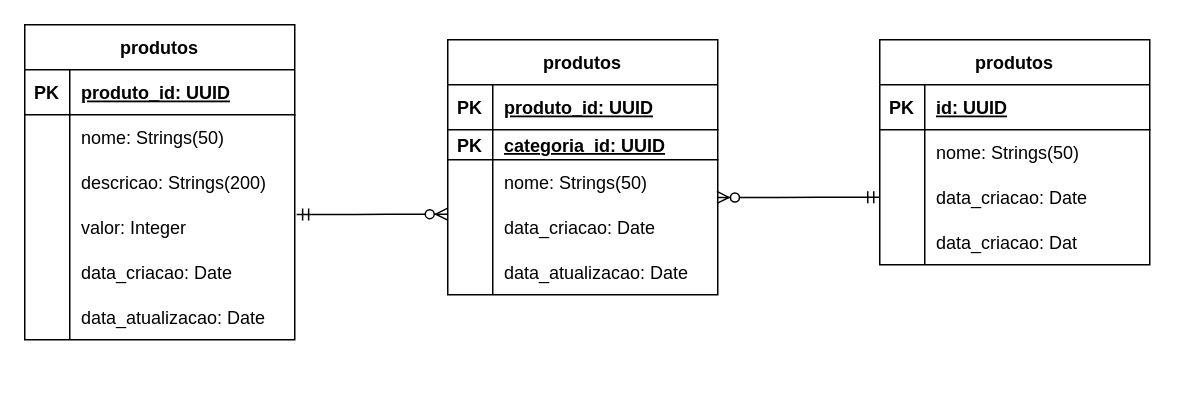
Earlier version of the draw.io diagram page "Modelo Lógico" (2 of 2) of requirements/ecommerce-database.drawio (raissiafreitas/ecommerce-node-api). Source tidied: cells renumbered, new cells numbered last; positions are measured from the earlier drawing's top-left corner, leaving out a move shared by most shapes. Both pictures are drawn from the tidied source at 150%, with x=0, y=0 at pixel (24, 24).
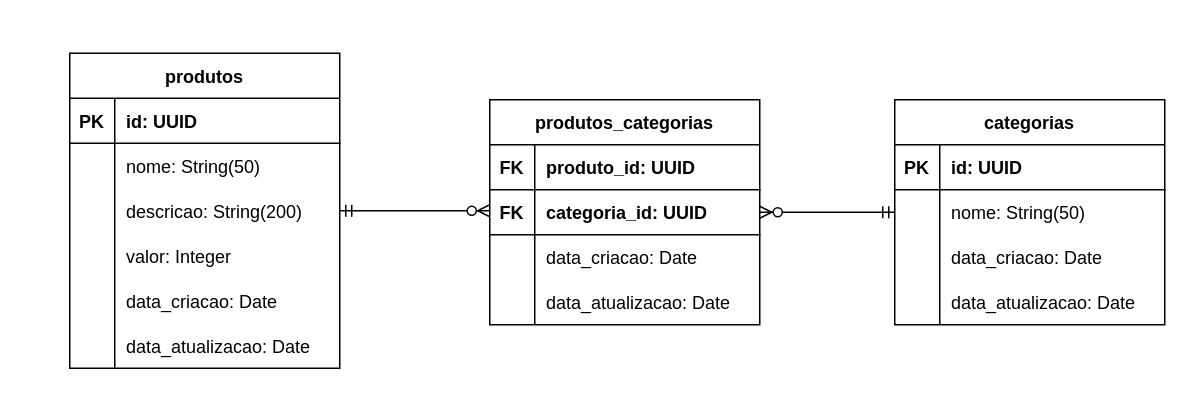
The same page after the edit.

Change to the diagram source:
```diff
@@
-    <mxCell id="2" value="produtos" style="shape=table;startSize=30;childLayout=tableLayout;rowLines=0;fontStyle=1;align=center;" parent="1" vertex="1">
-      <mxGeometry width="180" height="210" as="geometry" />
-    </mxCell>
-    <mxCell id="3" style="shape=tableRow;horizontal=0;startSize=0;swimlaneHead=0;swimlaneBody=0;fillColor=none;top=0;left=0;right=0;bottom=1;" parent="2" vertex="1">
-      <mxGeometry y="30" width="180" height="30" as="geometry" />
-    </mxCell>
-    <mxCell id="4" value="PK" style="shape=partialRectangle;fillColor=none;top=0;left=0;bottom=0;right=0;fontStyle=1;overflow=hidden;" parent="3" vertex="1">
-      <mxGeometry width="30" height="30" as="geometry" />
-    </mxCell>
-    <mxCell id="5" value="produto_id: UUID" style="shape=partialRectangle;fillColor=none;top=0;left=0;bottom=0;right=0;align=left;spacingLeft=6;fontStyle=5;overflow=hidden;" parent="3" vertex="1">
-      <mxGeometry x="30" width="150" height="30" as="geometry" />
-    </mxCell>
-    <mxCell id="6" style="shape=tableRow;horizontal=0;startSize=0;swimlaneHead=0;swimlaneBody=0;fillColor=none;top=0;left=0;right=0;bottom=0;" parent="2" vertex="1">
-      <mxGeometry y="60" width="180" height="30" as="geometry" />
-    </mxCell>
-    <mxCell id="7" style="shape=partialRectangle;fillColor=none;top=0;left=0;bottom=0;right=0;overflow=hidden;" parent="6" vertex="1">
-      <mxGeometry width="30" height="30" as="geometry" />
-    </mxCell>
-    <mxCell id="8" value="nome: Strings(50)" style="shape=partialRectangle;fillColor=none;top=0;left=0;bottom=0;right=0;align=left;spacingLeft=6;overflow=hidden;" parent="6" vertex="1">
-      <mxGeometry x="30" width="150" height="30" as="geometry" />
-    </mxCell>
-    <mxCell id="9" style="shape=tableRow;horizontal=0;startSize=0;swimlaneHead=0;swimlaneBody=0;fillColor=none;top=0;left=0;right=0;bottom=0;" parent="2" vertex="1">
-      <mxGeometry y="90" width="180" height="30" as="geometry" />
-    </mxCell>
-    <mxCell id="10" style="shape=partialRectangle;fillColor=none;top=0;left=0;bottom=0;right=0;overflow=hidden;" parent="9" vertex="1">
-      <mxGeometry width="30" height="30" as="geometry" />
-    </mxCell>
-    <mxCell id="11" value="descricao: Strings(200)" style="shape=partialRectangle;fillColor=none;top=0;left=0;bottom=0;right=0;align=left;spacingLeft=6;overflow=hidden;" parent="9" vertex="1">
-      <mxGeometry x="30" width="150" height="30" as="geometry" />
-    </mxCell>
-    <mxCell id="12" style="shape=tableRow;horizontal=0;startSize=0;swimlaneHead=0;swimlaneBody=0;fillColor=none;points=[[0,0.5],[1,0.5]];portConstraint=eastwest;top=0;left=0;right=0;bottom=0;" parent="2" vertex="1">
-      <mxGeometry y="120" width="180" height="30" as="geometry" />
-    </mxCell>
-    <mxCell id="13" style="shape=partialRectangle;fillColor=none;top=0;left=0;bottom=0;right=0;overflow=hidden;" parent="12" vertex="1">
-      <mxGeometry width="30" height="30" as="geometry" />
-    </mxCell>
+    <mxCell id="52" value="produtos" style="shape=table;startSize=30;childLayout=tableLayout;rowLines=0;fontStyle=1;align=center;" parent="1" vertex="1">
+      <mxGeometry x="30" y="19" width="180" height="210" as="geometry" />
+    </mxCell>
+    <mxCell id="53" style="shape=tableRow;horizontal=0;startSize=0;swimlaneHead=0;swimlaneBody=0;fillColor=none;top=0;left=0;right=0;bottom=1;" parent="52" vertex="1">
+      <mxGeometry y="30" width="180" height="30" as="geometry" />
+    </mxCell>
+    <mxCell id="54" value="PK" style="shape=partialRectangle;fillColor=none;top=0;left=0;bottom=0;right=0;fontStyle=1;overflow=hidden;" parent="53" vertex="1">
+      <mxGeometry width="30" height="30" as="geometry" />
+    </mxCell>
+    <mxCell id="55" value="id: UUID" style="shape=partialRectangle;fillColor=none;top=0;left=0;bottom=0;right=0;align=left;spacingLeft=6;fontStyle=1;overflow=hidden;" parent="53" vertex="1">
+      <mxGeometry x="30" width="150" height="30" as="geometry" />
+    </mxCell>
+    <mxCell id="56" style="shape=tableRow;horizontal=0;startSize=0;swimlaneHead=0;swimlaneBody=0;fillColor=none;top=0;left=0;right=0;bottom=0;" parent="52" vertex="1">
+      <mxGeometry y="60" width="180" height="30" as="geometry" />
+    </mxCell>
+    <mxCell id="57" style="shape=partialRectangle;fillColor=none;top=0;left=0;bottom=0;right=0;overflow=hidden;" parent="56" vertex="1">
+      <mxGeometry width="30" height="30" as="geometry" />
+    </mxCell>
+    <mxCell id="58" value="nome: String(50)" style="shape=partialRectangle;fillColor=none;top=0;left=0;bottom=0;right=0;align=left;spacingLeft=6;overflow=hidden;" parent="56" vertex="1">
+      <mxGeometry x="30" width="150" height="30" as="geometry" />
+    </mxCell>
+    <mxCell id="59" style="shape=tableRow;horizontal=0;startSize=0;swimlaneHead=0;swimlaneBody=0;fillColor=none;points=[[0,0.5],[1,0.5]];portConstraint=eastwest;top=0;left=0;right=0;bottom=0;" parent="52" vertex="1">
+      <mxGeometry y="90" width="180" height="30" as="geometry" />
+    </mxCell>
+    <mxCell id="60" style="shape=partialRectangle;fillColor=none;top=0;left=0;bottom=0;right=0;overflow=hidden;" parent="59" vertex="1">
+      <mxGeometry width="30" height="30" as="geometry" />
+    </mxCell>
+    <mxCell id="61" value="descricao: String(200)" style="shape=partialRectangle;fillColor=none;top=0;left=0;bottom=0;right=0;align=left;spacingLeft=6;overflow=hidden;" parent="59" vertex="1">
+      <mxGeometry x="30" width="150" height="30" as="geometry" />
+    </mxCell>
+    <mxCell id="62" style="shape=tableRow;horizontal=0;startSize=0;swimlaneHead=0;swimlaneBody=0;fillColor=none;top=0;left=0;right=0;bottom=0;" parent="52" vertex="1">
+      <mxGeometry y="120" width="180" height="30" as="geometry" />
+    </mxCell>
+    <mxCell id="63" style="shape=partialRectangle;fillColor=none;top=0;left=0;bottom=0;right=0;overflow=hidden;" parent="62" vertex="1">
+      <mxGeometry width="30" height="30" as="geometry" />
+    </mxCell>
-    <mxCell id="14" value="valor: Integer" style="shape=partialRectangle;fillColor=none;top=0;left=0;bottom=0;right=0;align=left;spacingLeft=6;overflow=hidden;" parent="12" vertex="1">
+    <mxCell id="14" value="valor: Integer" style="shape=partialRectangle;fillColor=none;top=0;left=0;bottom=0;right=0;align=left;spacingLeft=6;overflow=hidden;" parent="62" vertex="1">
       <mxGeometry x="30" width="150" height="30" as="geometry" />
     </mxCell>
-    <mxCell id="15" style="shape=tableRow;horizontal=0;startSize=0;swimlaneHead=0;swimlaneBody=0;fillColor=none;top=0;left=0;right=0;bottom=0;" parent="2" vertex="1">
+    <mxCell id="15" style="shape=tableRow;horizontal=0;startSize=0;swimlaneHead=0;swimlaneBody=0;fillColor=none;top=0;left=0;right=0;bottom=0;" parent="52" vertex="1">
       <mxGeometry y="150" width="180" height="30" as="geometry" />
     </mxCell>
-    <mxCell id="16" style="shape=partialRectangle;fillColor=none;top=0;left=0;bottom=0;right=0;overflow=hidden;" parent="15" vertex="1">
-      <mxGeometry width="30" height="30" as="geometry" />
-    </mxCell>
-    <mxCell id="17" value="data_criacao: Date" style="shape=partialRectangle;fillColor=none;top=0;left=0;bottom=0;right=0;align=left;spacingLeft=6;overflow=hidden;" parent="15" vertex="1">
-      <mxGeometry x="30" width="150" height="30" as="geometry" />
-    </mxCell>
+    <mxCell id="64" style="shape=partialRectangle;fillColor=none;top=0;left=0;bottom=0;right=0;overflow=hidden;" parent="15" vertex="1">
+      <mxGeometry width="30" height="30" as="geometry" />
+    </mxCell>
+    <mxCell id="65" value="data_criacao: Date" style="shape=partialRectangle;fillColor=none;top=0;left=0;bottom=0;right=0;align=left;spacingLeft=6;overflow=hidden;" parent="15" vertex="1">
+      <mxGeometry x="30" width="150" height="30" as="geometry" />
+    </mxCell>
-    <mxCell id="18" style="shape=tableRow;horizontal=0;startSize=0;swimlaneHead=0;swimlaneBody=0;fillColor=none;top=0;left=0;right=0;bottom=0;" parent="2" vertex="1">
+    <mxCell id="18" style="shape=tableRow;horizontal=0;startSize=0;swimlaneHead=0;swimlaneBody=0;fillColor=none;top=0;left=0;right=0;bottom=0;" parent="52" vertex="1">
       <mxGeometry y="180" width="180" height="30" as="geometry" />
     </mxCell>
-    <mxCell id="19" style="shape=partialRectangle;fillColor=none;top=0;left=0;bottom=0;right=0;overflow=hidden;" parent="18" vertex="1">
-      <mxGeometry width="30" height="30" as="geometry" />
-    </mxCell>
-    <mxCell id="20" value="data_atualizacao: Date" style="shape=partialRectangle;fillColor=none;top=0;left=0;bottom=0;right=0;align=left;spacingLeft=6;overflow=hidden;" parent="18" vertex="1">
-      <mxGeometry x="30" width="150" height="30" as="geometry" />
-    </mxCell>
-    <mxCell id="21" value="produtos" style="shape=table;startSize=30;childLayout=tableLayout;rowLines=0;fontStyle=1;align=center;" parent="1" vertex="1">
-      <mxGeometry x="570" y="10" width="180" height="150" as="geometry" />
-    </mxCell>
-    <mxCell id="22" style="shape=tableRow;horizontal=0;startSize=0;swimlaneHead=0;swimlaneBody=0;fillColor=none;top=0;left=0;right=0;bottom=1;" parent="21" vertex="1">
-      <mxGeometry y="30" width="180" height="30" as="geometry" />
-    </mxCell>
-    <mxCell id="23" value="PK" style="shape=partialRectangle;fillColor=none;top=0;left=0;bottom=0;right=0;fontStyle=1;overflow=hidden;" parent="22" vertex="1">
-      <mxGeometry width="30" height="30" as="geometry" />
-    </mxCell>
-    <mxCell id="24" value="id: UUID" style="shape=partialRectangle;fillColor=none;top=0;left=0;bottom=0;right=0;align=left;spacingLeft=6;fontStyle=5;overflow=hidden;" parent="22" vertex="1">
-      <mxGeometry x="30" width="150" height="30" as="geometry" />
-    </mxCell>
-    <mxCell id="25" style="shape=tableRow;horizontal=0;startSize=0;swimlaneHead=0;swimlaneBody=0;fillColor=none;top=0;left=0;right=0;bottom=0;" parent="21" vertex="1">
-      <mxGeometry y="60" width="180" height="30" as="geometry" />
-    </mxCell>
-    <mxCell id="26" style="shape=partialRectangle;fillColor=none;top=0;left=0;bottom=0;right=0;overflow=hidden;" parent="25" vertex="1">
-      <mxGeometry width="30" height="30" as="geometry" />
-    </mxCell>
-    <mxCell id="27" value="nome: Strings(50)" style="shape=partialRectangle;fillColor=none;top=0;left=0;bottom=0;right=0;align=left;spacingLeft=6;overflow=hidden;" parent="25" vertex="1">
-      <mxGeometry x="30" width="150" height="30" as="geometry" />
-    </mxCell>
-    <mxCell id="28" style="shape=tableRow;horizontal=0;startSize=0;swimlaneHead=0;swimlaneBody=0;fillColor=none;points=[[0,0.5],[1,0.5]];portConstraint=eastwest;top=0;left=0;right=0;bottom=0;" parent="21" vertex="1">
-      <mxGeometry y="90" width="180" height="30" as="geometry" />
-    </mxCell>
-    <mxCell id="29" style="shape=partialRectangle;fillColor=none;top=0;left=0;bottom=0;right=0;overflow=hidden;" parent="28" vertex="1">
-      <mxGeometry width="30" height="30" as="geometry" />
-    </mxCell>
-    <mxCell id="30" value="data_criacao: Date" style="shape=partialRectangle;fillColor=none;top=0;left=0;bottom=0;right=0;align=left;spacingLeft=6;overflow=hidden;" parent="28" vertex="1">
-      <mxGeometry x="30" width="150" height="30" as="geometry" />
-    </mxCell>
-    <mxCell id="31" style="shape=tableRow;horizontal=0;startSize=0;swimlaneHead=0;swimlaneBody=0;fillColor=none;top=0;left=0;right=0;bottom=0;" parent="21" vertex="1">
-      <mxGeometry y="120" width="180" height="30" as="geometry" />
-    </mxCell>
-    <mxCell id="32" style="shape=partialRectangle;fillColor=none;top=0;left=0;bottom=0;right=0;overflow=hidden;" parent="31" vertex="1">
-      <mxGeometry width="30" height="30" as="geometry" />
-    </mxCell>
-    <mxCell id="33" value="data_criacao: Dat" style="shape=partialRectangle;fillColor=none;top=0;left=0;bottom=0;right=0;align=left;spacingLeft=6;overflow=hidden;" parent="31" vertex="1">
-      <mxGeometry x="30" width="150" height="30" as="geometry" />
-    </mxCell>
-    <mxCell id="34" value="produtos" style="shape=table;startSize=30;childLayout=tableLayout;rowLines=0;fontStyle=1;align=center;" parent="1" vertex="1">
-      <mxGeometry x="282" y="10" width="180" height="170" as="geometry" />
-    </mxCell>
-    <mxCell id="35" style="shape=tableRow;horizontal=0;startSize=0;swimlaneHead=0;swimlaneBody=0;fillColor=none;top=0;left=0;right=0;bottom=1;" parent="34" vertex="1">
-      <mxGeometry y="30" width="180" height="30" as="geometry" />
-    </mxCell>
-    <mxCell id="36" value="PK" style="shape=partialRectangle;fillColor=none;top=0;left=0;bottom=0;right=0;fontStyle=1;overflow=hidden;" parent="35" vertex="1">
-      <mxGeometry width="30" height="30" as="geometry" />
-    </mxCell>
-    <mxCell id="37" value="produto_id: UUID" style="shape=partialRectangle;fillColor=none;top=0;left=0;bottom=0;right=0;align=left;spacingLeft=6;fontStyle=5;overflow=hidden;" parent="35" vertex="1">
-      <mxGeometry x="30" width="150" height="30" as="geometry" />
-    </mxCell>
-    <mxCell id="38" style="shape=tableRow;horizontal=0;startSize=0;swimlaneHead=0;swimlaneBody=0;fillColor=none;top=0;left=0;right=0;bottom=1;" parent="34" vertex="1">
-      <mxGeometry y="60" width="180" height="20" as="geometry" />
-    </mxCell>
-    <mxCell id="39" value="PK" style="shape=partialRectangle;fillColor=none;top=0;left=0;bottom=0;right=0;fontStyle=1;overflow=hidden;" parent="38" vertex="1">
-      <mxGeometry width="30" height="20" as="geometry" />
-    </mxCell>
+    <mxCell id="66" style="shape=partialRectangle;fillColor=none;top=0;left=0;bottom=0;right=0;overflow=hidden;" parent="18" vertex="1">
+      <mxGeometry width="30" height="30" as="geometry" />
+    </mxCell>
+    <mxCell id="67" value="data_atualizacao: Date" style="shape=partialRectangle;fillColor=none;top=0;left=0;bottom=0;right=0;align=left;spacingLeft=6;overflow=hidden;" parent="18" vertex="1">
+      <mxGeometry x="30" width="150" height="30" as="geometry" />
+    </mxCell>
+    <mxCell id="68" value="categorias" style="shape=table;startSize=30;childLayout=tableLayout;rowLines=0;fontStyle=1;align=center;" parent="1" vertex="1">
+      <mxGeometry x="580" y="50" width="180" height="150" as="geometry" />
+    </mxCell>
+    <mxCell id="69" style="shape=tableRow;horizontal=0;startSize=0;swimlaneHead=0;swimlaneBody=0;fillColor=none;top=0;left=0;right=0;bottom=1;" parent="68" vertex="1">
+      <mxGeometry y="30" width="180" height="30" as="geometry" />
+    </mxCell>
+    <mxCell id="70" value="PK" style="shape=partialRectangle;fillColor=none;top=0;left=0;bottom=0;right=0;fontStyle=1;overflow=hidden;" parent="69" vertex="1">
+      <mxGeometry width="30" height="30" as="geometry" />
+    </mxCell>
+    <mxCell id="71" value="id: UUID" style="shape=partialRectangle;fillColor=none;top=0;left=0;bottom=0;right=0;align=left;spacingLeft=6;fontStyle=1;overflow=hidden;" parent="69" vertex="1">
+      <mxGeometry x="30" width="150" height="30" as="geometry" />
+    </mxCell>
+    <mxCell id="72" style="shape=tableRow;horizontal=0;startSize=0;swimlaneHead=0;swimlaneBody=0;fillColor=none;points=[[0,0.5],[1,0.5]];portConstraint=eastwest;top=0;left=0;right=0;bottom=0;" parent="68" vertex="1">
+      <mxGeometry y="60" width="180" height="30" as="geometry" />
+    </mxCell>
+    <mxCell id="73" style="shape=partialRectangle;fillColor=none;top=0;left=0;bottom=0;right=0;overflow=hidden;" parent="72" vertex="1">
+      <mxGeometry width="30" height="30" as="geometry" />
+    </mxCell>
+    <mxCell id="74" value="nome: String(50)" style="shape=partialRectangle;fillColor=none;top=0;left=0;bottom=0;right=0;align=left;spacingLeft=6;overflow=hidden;" parent="72" vertex="1">
+      <mxGeometry x="30" width="150" height="30" as="geometry" />
+    </mxCell>
+    <mxCell id="75" style="shape=tableRow;horizontal=0;startSize=0;swimlaneHead=0;swimlaneBody=0;fillColor=none;top=0;left=0;right=0;bottom=0;" parent="68" vertex="1">
+      <mxGeometry y="90" width="180" height="30" as="geometry" />
+    </mxCell>
+    <mxCell id="76" style="shape=partialRectangle;fillColor=none;top=0;left=0;bottom=0;right=0;overflow=hidden;" parent="75" vertex="1">
+      <mxGeometry width="30" height="30" as="geometry" />
+    </mxCell>
+    <mxCell id="77" value="data_criacao: Date" style="shape=partialRectangle;fillColor=none;top=0;left=0;bottom=0;right=0;align=left;spacingLeft=6;overflow=hidden;" parent="75" vertex="1">
+      <mxGeometry x="30" width="150" height="30" as="geometry" />
+    </mxCell>
+    <mxCell id="78" style="shape=tableRow;horizontal=0;startSize=0;swimlaneHead=0;swimlaneBody=0;fillColor=none;top=0;left=0;right=0;bottom=0;" parent="68" vertex="1">
+      <mxGeometry y="120" width="180" height="30" as="geometry" />
+    </mxCell>
+    <mxCell id="79" style="shape=partialRectangle;fillColor=none;top=0;left=0;bottom=0;right=0;overflow=hidden;" parent="78" vertex="1">
+      <mxGeometry width="30" height="30" as="geometry" />
+    </mxCell>
+    <mxCell id="80" value="data_atualizacao: Date" style="shape=partialRectangle;fillColor=none;top=0;left=0;bottom=0;right=0;align=left;spacingLeft=6;overflow=hidden;" parent="78" vertex="1">
+      <mxGeometry x="30" width="150" height="30" as="geometry" />
+    </mxCell>
+    <mxCell id="81" value="produtos_categorias" style="shape=table;startSize=30;childLayout=tableLayout;rowLines=0;fontStyle=1;align=center;" parent="1" vertex="1">
+      <mxGeometry x="310" y="50" width="180" height="150" as="geometry" />
+    </mxCell>
+    <mxCell id="82" style="shape=tableRow;horizontal=0;startSize=0;swimlaneHead=0;swimlaneBody=0;fillColor=none;top=0;left=0;right=0;bottom=1;" parent="81" vertex="1">
+      <mxGeometry y="30" width="180" height="30" as="geometry" />
+    </mxCell>
+    <mxCell id="83" value="FK" style="shape=partialRectangle;fillColor=none;top=0;left=0;bottom=0;right=0;fontStyle=1;overflow=hidden;" parent="82" vertex="1">
+      <mxGeometry width="30" height="30" as="geometry" />
+    </mxCell>
+    <mxCell id="84" value="produto_id: UUID" style="shape=partialRectangle;fillColor=none;top=0;left=0;bottom=0;right=0;align=left;spacingLeft=6;fontStyle=1;overflow=hidden;" parent="82" vertex="1">
+      <mxGeometry x="30" width="150" height="30" as="geometry" />
+    </mxCell>
+    <mxCell id="85" style="shape=tableRow;horizontal=0;startSize=0;swimlaneHead=0;swimlaneBody=0;fillColor=none;points=[[0,0.5],[1,0.5]];portConstraint=eastwest;top=0;left=0;right=0;bottom=1;" parent="81" vertex="1">
+      <mxGeometry y="60" width="180" height="30" as="geometry" />
+    </mxCell>
+    <mxCell id="86" value="FK" style="shape=partialRectangle;fillColor=none;top=0;left=0;bottom=0;right=0;fontStyle=1;overflow=hidden;" parent="85" vertex="1">
+      <mxGeometry width="30" height="30" as="geometry" />
+    </mxCell>
-    <mxCell id="40" value="categoria_id: UUID" style="shape=partialRectangle;fillColor=none;top=0;left=0;bottom=0;right=0;align=left;spacingLeft=6;fontStyle=5;overflow=hidden;" parent="38" vertex="1">
-      <mxGeometry x="30" width="150" height="20" as="geometry" />
+    <mxCell id="40" value="categoria_id: UUID" style="shape=partialRectangle;fillColor=none;top=0;left=0;bottom=0;right=0;align=left;spacingLeft=6;fontStyle=1;overflow=hidden;" parent="85" vertex="1">
+      <mxGeometry x="30" width="150" height="30" as="geometry" />
     </mxCell>
-    <mxCell id="41" style="shape=tableRow;horizontal=0;startSize=0;swimlaneHead=0;swimlaneBody=0;fillColor=none;points=[[0,0.5],[1,0.5]];portConstraint=eastwest;top=0;left=0;right=0;bottom=0;" parent="34" vertex="1">
-      <mxGeometry y="80" width="180" height="30" as="geometry" />
-    </mxCell>
-    <mxCell id="42" style="shape=partialRectangle;fillColor=none;top=0;left=0;bottom=0;right=0;overflow=hidden;" parent="41" vertex="1">
-      <mxGeometry width="30" height="30" as="geometry" />
-    </mxCell>
-    <mxCell id="43" value="nome: Strings(50)" style="shape=partialRectangle;fillColor=none;top=0;left=0;bottom=0;right=0;align=left;spacingLeft=6;overflow=hidden;" parent="41" vertex="1">
-      <mxGeometry x="30" width="150" height="30" as="geometry" />
-    </mxCell>
-    <mxCell id="44" style="shape=tableRow;horizontal=0;startSize=0;swimlaneHead=0;swimlaneBody=0;fillColor=none;points=[[0,0.5],[1,0.5]];portConstraint=eastwest;top=0;left=0;right=0;bottom=0;" parent="34" vertex="1">
-      <mxGeometry y="110" width="180" height="30" as="geometry" />
-    </mxCell>
-    <mxCell id="45" style="shape=partialRectangle;fillColor=none;top=0;left=0;bottom=0;right=0;overflow=hidden;" parent="44" vertex="1">
-      <mxGeometry width="30" height="30" as="geometry" />
-    </mxCell>
-    <mxCell id="46" value="data_criacao: Date" style="shape=partialRectangle;fillColor=none;top=0;left=0;bottom=0;right=0;align=left;spacingLeft=6;overflow=hidden;" parent="44" vertex="1">
-      <mxGeometry x="30" width="150" height="30" as="geometry" />
-    </mxCell>
-    <mxCell id="47" style="shape=tableRow;horizontal=0;startSize=0;swimlaneHead=0;swimlaneBody=0;fillColor=none;top=0;left=0;right=0;bottom=0;" parent="34" vertex="1">
-      <mxGeometry y="140" width="180" height="30" as="geometry" />
-    </mxCell>
-    <mxCell id="48" style="shape=partialRectangle;fillColor=none;top=0;left=0;bottom=0;right=0;overflow=hidden;" parent="47" vertex="1">
-      <mxGeometry width="30" height="30" as="geometry" />
-    </mxCell>
-    <mxCell id="49" value="data_atualizacao: Date" style="shape=partialRectangle;fillColor=none;top=0;left=0;bottom=0;right=0;align=left;spacingLeft=6;overflow=hidden;" parent="47" vertex="1">
-      <mxGeometry x="30" width="150" height="30" as="geometry" />
-    </mxCell>
-    <mxCell id="50" style="edgeStyle=entityRelationEdgeStyle;fontSize=12;html=1;endArrow=ERzeroToMany;startArrow=ERmandOne;entryX=0.997;entryY=0.837;entryDx=0;entryDy=0;entryPerimeter=0;exitX=0;exitY=0.5;exitDx=0;exitDy=0;" parent="1" edge="1" source="28" target="41">
-      <mxGeometry relative="1" as="geometry" />
-    </mxCell>
-    <mxCell id="51" style="edgeStyle=entityRelationEdgeStyle;fontSize=12;html=1;endArrow=ERzeroToMany;startArrow=ERmandOne;entryX=0;entryY=0.209;entryDx=0;entryDy=0;entryPerimeter=0;exitX=1.007;exitY=0.217;exitDx=0;exitDy=0;exitPerimeter=0;" parent="1" edge="1" source="12" target="44">
-      <mxGeometry relative="1" as="geometry" />
-    </mxCell>
+    <mxCell id="87" style="shape=tableRow;horizontal=0;startSize=0;swimlaneHead=0;swimlaneBody=0;fillColor=none;top=0;left=0;right=0;bottom=0;" parent="81" vertex="1">
+      <mxGeometry y="90" width="180" height="30" as="geometry" />
+    </mxCell>
+    <mxCell id="88" style="shape=partialRectangle;fillColor=none;top=0;left=0;bottom=0;right=0;overflow=hidden;" parent="87" vertex="1">
+      <mxGeometry width="30" height="30" as="geometry" />
+    </mxCell>
+    <mxCell id="89" value="data_criacao: Date" style="shape=partialRectangle;fillColor=none;top=0;left=0;bottom=0;right=0;align=left;spacingLeft=6;overflow=hidden;" parent="87" vertex="1">
+      <mxGeometry x="30" width="150" height="30" as="geometry" />
+    </mxCell>
+    <mxCell id="90" style="shape=tableRow;horizontal=0;startSize=0;swimlaneHead=0;swimlaneBody=0;fillColor=none;top=0;left=0;right=0;bottom=0;" parent="81" vertex="1">
+      <mxGeometry y="120" width="180" height="30" as="geometry" />
+    </mxCell>
+    <mxCell id="91" style="shape=partialRectangle;fillColor=none;top=0;left=0;bottom=0;right=0;overflow=hidden;" parent="90" vertex="1">
+      <mxGeometry width="30" height="30" as="geometry" />
+    </mxCell>
+    <mxCell id="92" value="data_atualizacao: Date" style="shape=partialRectangle;fillColor=none;top=0;left=0;bottom=0;right=0;align=left;spacingLeft=6;overflow=hidden;" parent="90" vertex="1">
+      <mxGeometry x="30" width="150" height="30" as="geometry" />
+    </mxCell>
+    <mxCell id="93" style="edgeStyle=entityRelationEdgeStyle;fontSize=12;html=1;endArrow=ERzeroToMany;startArrow=ERmandOne;exitX=1;exitY=0.5;exitDx=0;exitDy=0;entryX=0;entryY=0.5;entryDx=0;entryDy=0;" parent="1" edge="1" source="59">
+      <mxGeometry relative="1" as="geometry">
+        <mxPoint x="310" y="124" as="targetPoint" />
+      </mxGeometry>
+    </mxCell>
+    <mxCell id="94" style="edgeStyle=entityRelationEdgeStyle;fontSize=12;html=1;endArrow=ERzeroToMany;startArrow=ERmandOne;exitX=0;exitY=0.5;exitDx=0;exitDy=0;entryX=1;entryY=0.5;entryDx=0;entryDy=0;" parent="1" edge="1" source="72" target="85">
+      <mxGeometry relative="1" as="geometry" />
+    </mxCell>
```
